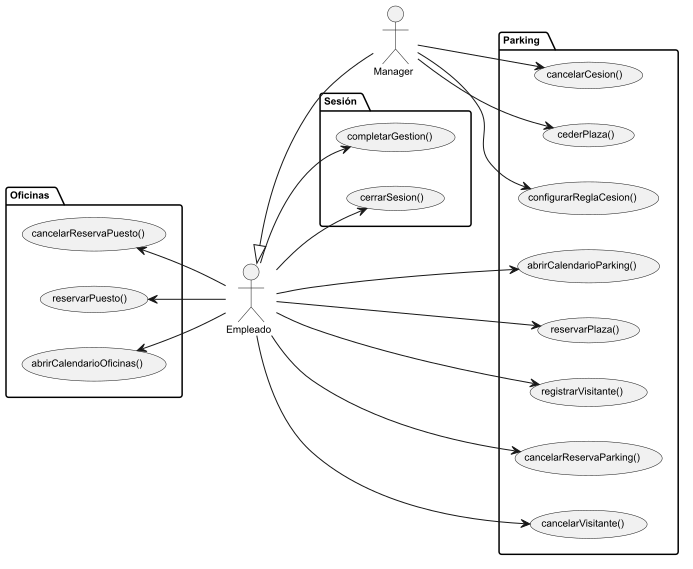
Earlier version of the PlantUML export modelosUML/png/casosUso.png (lostal/seven-suite). Its source is kept beside it as modelosUML/puml/casosUso.puml.
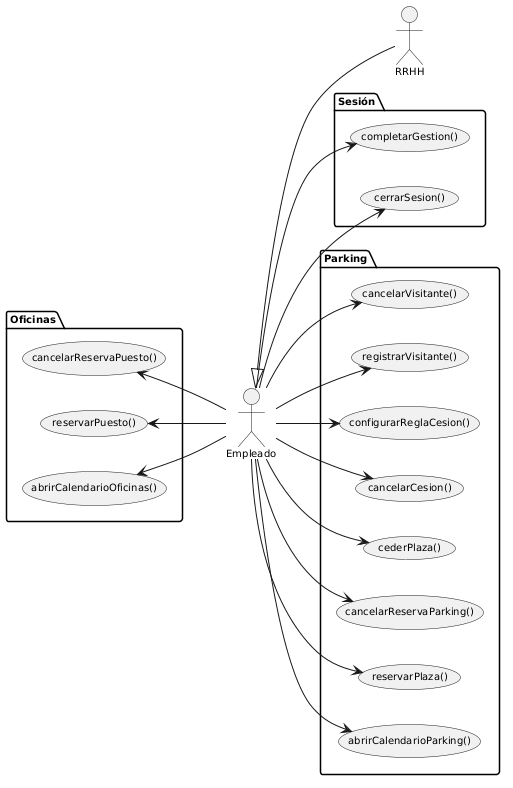
After the change.

What changed in the source:
```diff
@@ -1,13 +1,15 @@
 @startuml casosUso
+
+skinparam backgroundColor #FFFFFF
 
 left to right direction
 skinparam defaultFontName Arial
 skinparam defaultFontSize 10
 
 actor "Empleado" as empleado
-actor "Manager"  as manager
+actor "RRHH"     as rrhh
 
-empleado <|-- manager
+empleado <|-- rrhh
 
 package "Sesión" {
   usecase "cerrarSesion()"     as UC_LOGOUT
@@ -42,8 +44,8 @@
 empleado --> UC_RPO
 (UC_CRPO) <-- empleado
 
-manager --> UC_CP
-manager --> UC_CC
-manager --> UC_CRC
+empleado --> UC_CP
+empleado --> UC_CC
+empleado --> UC_CRC
 
 @enduml
```
